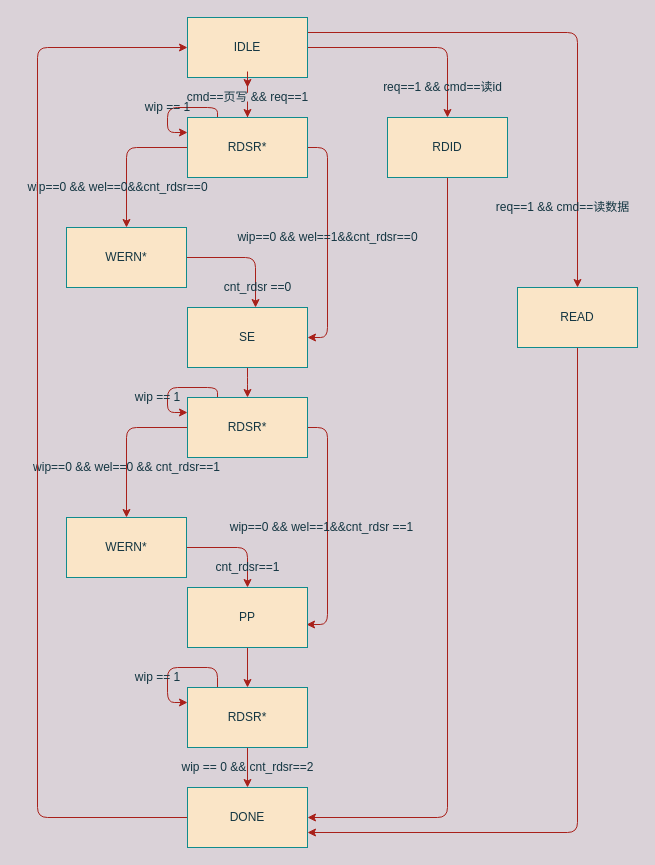
Earlier version of the draw.io diagram flash_state.drawio (wu-bai-guo/spi_flash). Source tidied: cells renumbered, new cells numbered last; positions are measured from the earlier drawing's top-left corner, leaving out a move shared by most shapes. Both pictures are drawn from the tidied source at 100%, with x=0, y=0 at pixel (17, 17).
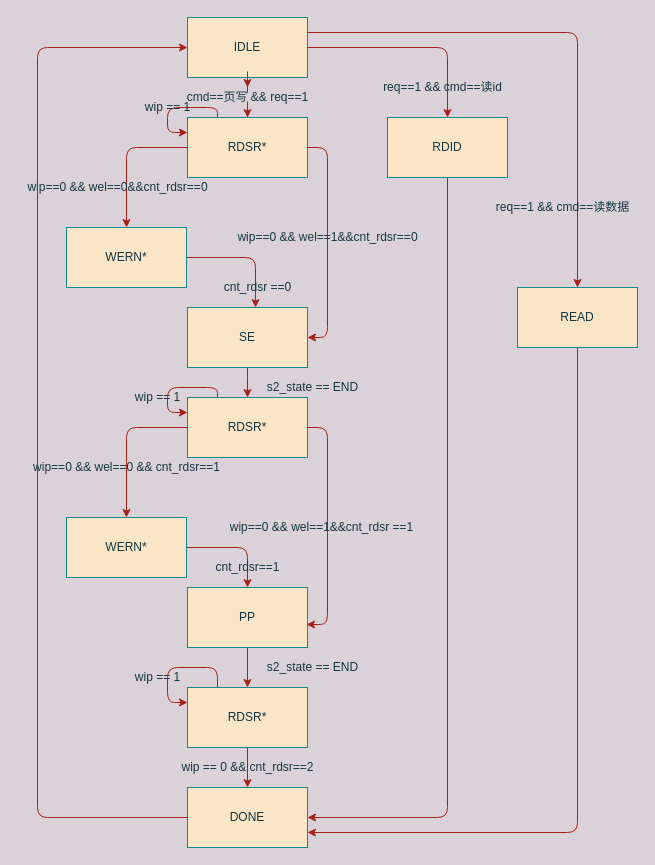
The same page after the edit.

Change to the diagram source:
```diff
@@
+    <mxCell id="45" value="s2_state == END" style="text;html=1;align=center;verticalAlign=middle;fontColor=#143642;" parent="1" vertex="1">
+      <mxGeometry x="240" y="360" width="110" height="20" as="geometry" />
+    </mxCell>
+    <mxCell id="46" value="s2_state == END" style="text;html=1;align=center;verticalAlign=middle;fontColor=#143642;" parent="1" vertex="1">
+      <mxGeometry x="240" y="640" width="110" height="20" as="geometry" />
+    </mxCell>
```
